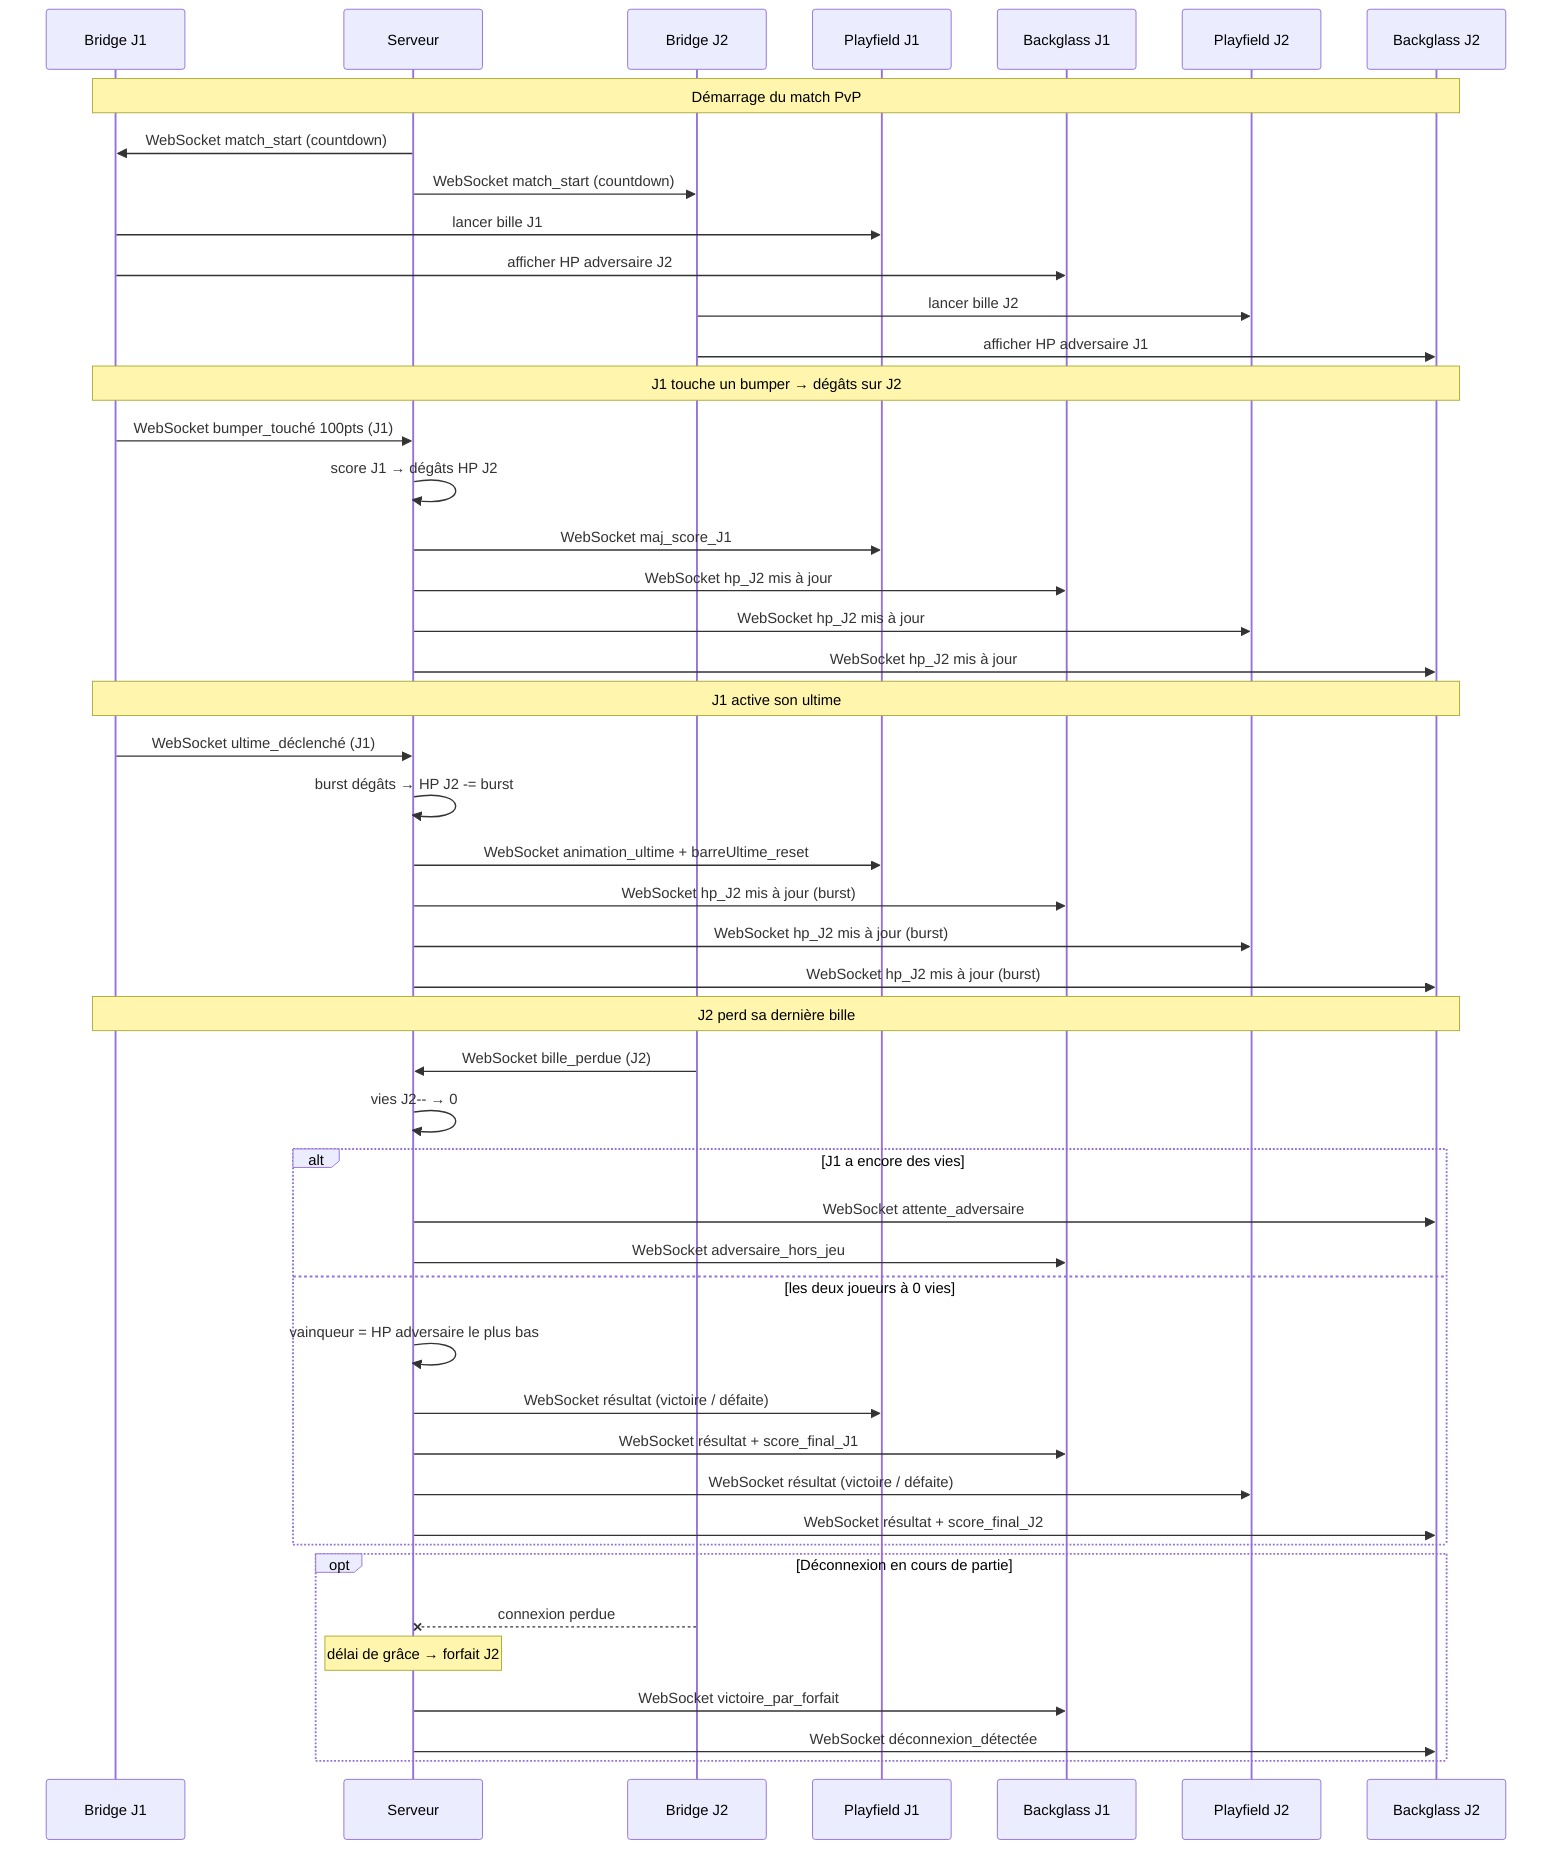
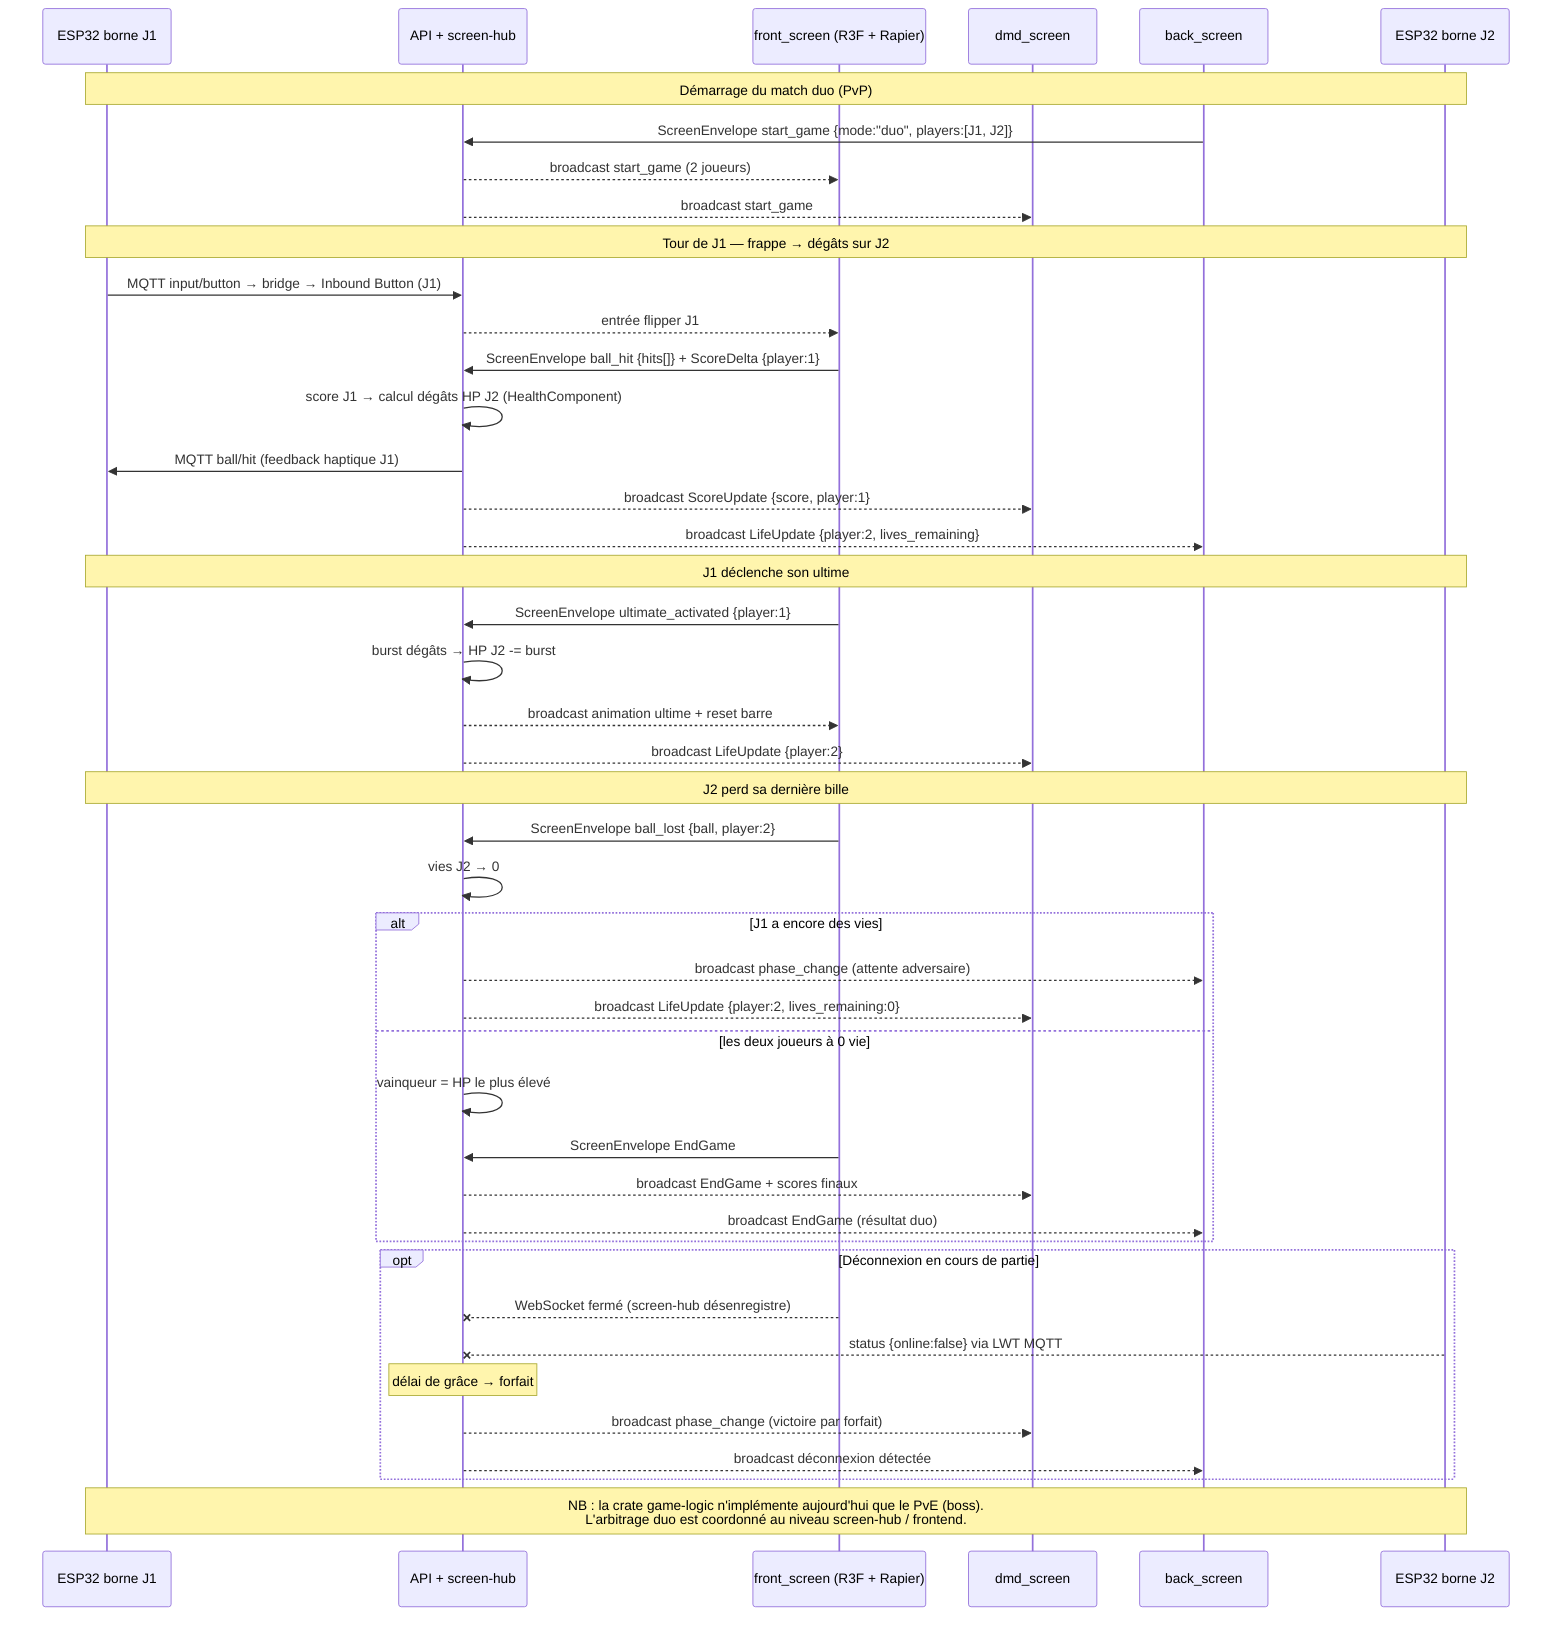
sequenceDiagram
-     participant B1 as Bridge J1
-     participant SRV as Serveur
-     participant B2 as Bridge J2
-     participant PF1 as Playfield J1
-     participant BG1 as Backglass J1
-     participant PF2 as Playfield J2
-     participant BG2 as Backglass J2
+     participant E1 as ESP32 borne J1
+     participant API as API + screen-hub
+     participant FS as front_screen (R3F + Rapier)
+     participant DMD as dmd_screen
+     participant BS as back_screen
+     participant E2 as ESP32 borne J2

-     Note over B1,BG2: Démarrage du match PvP
+     Note over E1,E2: Démarrage du match duo (PvP)
+     BS->>API: ScreenEnvelope start_game {mode:"duo", players:[J1, J2]}
+     API-->>FS: broadcast start_game (2 joueurs)
+     API-->>DMD: broadcast start_game

-     SRV->>B1: WebSocket match_start (countdown)
-     SRV->>B2: WebSocket match_start (countdown)
-     B1->>PF1: lancer bille J1
-     B1->>BG1: afficher HP adversaire J2
-     B2->>PF2: lancer bille J2
-     B2->>BG2: afficher HP adversaire J1
+     Note over E1,E2: Tour de J1 — frappe → dégâts sur J2
+     E1->>API: MQTT input/button → bridge → Inbound Button (J1)
+     API-->>FS: entrée flipper J1
+     FS->>API: ScreenEnvelope ball_hit {hits[]} + ScoreDelta {player:1}
+     API->>API: score J1 → calcul dégâts HP J2 (HealthComponent)
+     API->>E1: MQTT ball/hit (feedback haptique J1)
+     API-->>DMD: broadcast ScoreUpdate {score, player:1}
+     API-->>BS: broadcast LifeUpdate {player:2, lives_remaining}

-     Note over B1,BG2: J1 touche un bumper → dégâts sur J2
+     Note over E1,E2: J1 déclenche son ultime
+     FS->>API: ScreenEnvelope ultimate_activated {player:1}
+     API->>API: burst dégâts → HP J2 -= burst
+     API-->>FS: broadcast animation ultime + reset barre
+     API-->>DMD: broadcast LifeUpdate {player:2}

-     B1->>SRV: WebSocket bumper_touché 100pts (J1)
-     SRV->>SRV: score J1 → dégâts HP J2
-     SRV->>PF1: WebSocket maj_score_J1
-     SRV->>BG1: WebSocket hp_J2 mis à jour
-     SRV->>PF2: WebSocket hp_J2 mis à jour
-     SRV->>BG2: WebSocket hp_J2 mis à jour
- 
-     Note over B1,BG2: J1 active son ultime
- 
-     B1->>SRV: WebSocket ultime_déclenché (J1)
-     SRV->>SRV: burst dégâts → HP J2 -= burst
-     SRV->>PF1: WebSocket animation_ultime + barreUltime_reset
-     SRV->>BG1: WebSocket hp_J2 mis à jour (burst)
-     SRV->>PF2: WebSocket hp_J2 mis à jour (burst)
-     SRV->>BG2: WebSocket hp_J2 mis à jour (burst)
- 
-     Note over B1,BG2: J2 perd sa dernière bille
- 
-     B2->>SRV: WebSocket bille_perdue (J2)
-     SRV->>SRV: vies J2-- → 0
+     Note over E1,E2: J2 perd sa dernière bille
+     FS->>API: ScreenEnvelope ball_lost {ball, player:2}
+     API->>API: vies J2 → 0

    alt J1 a encore des vies
-         SRV->>BG2: WebSocket attente_adversaire
-         SRV->>BG1: WebSocket adversaire_hors_jeu
-     else les deux joueurs à 0 vies
-         SRV->>SRV: vainqueur = HP adversaire le plus bas
-         SRV->>PF1: WebSocket résultat (victoire / défaite)
-         SRV->>BG1: WebSocket résultat + score_final_J1
-         SRV->>PF2: WebSocket résultat (victoire / défaite)
-         SRV->>BG2: WebSocket résultat + score_final_J2
+         API-->>BS: broadcast phase_change (attente adversaire)
+         API-->>DMD: broadcast LifeUpdate {player:2, lives_remaining:0}
+     else les deux joueurs à 0 vie
+         API->>API: vainqueur = HP le plus élevé
+         FS->>API: ScreenEnvelope EndGame
+         API-->>DMD: broadcast EndGame + scores finaux
+         API-->>BS: broadcast EndGame (résultat duo)
    end

    opt Déconnexion en cours de partie
-         B2--xSRV: connexion perdue
-         Note over SRV: délai de grâce → forfait J2
-         SRV->>BG1: WebSocket victoire_par_forfait
-         SRV->>BG2: WebSocket déconnexion_détectée
+         FS--xAPI: WebSocket fermé (screen-hub désenregistre)
+         E2--xAPI: status {online:false} via LWT MQTT
+         Note over API: délai de grâce → forfait
+         API-->>DMD: broadcast phase_change (victoire par forfait)
+         API-->>BS: broadcast déconnexion détectée
    end

- %%  v1.0.0 - 23/02/26
+     Note over E1,E2: NB : la crate game-logic n'implémente aujourd'hui que le PvE (boss).<br/>L'arbitrage duo est coordonné au niveau screen-hub / frontend.
+ 
+ %% Alexis Gontier — v2.0 — 24/06/26
